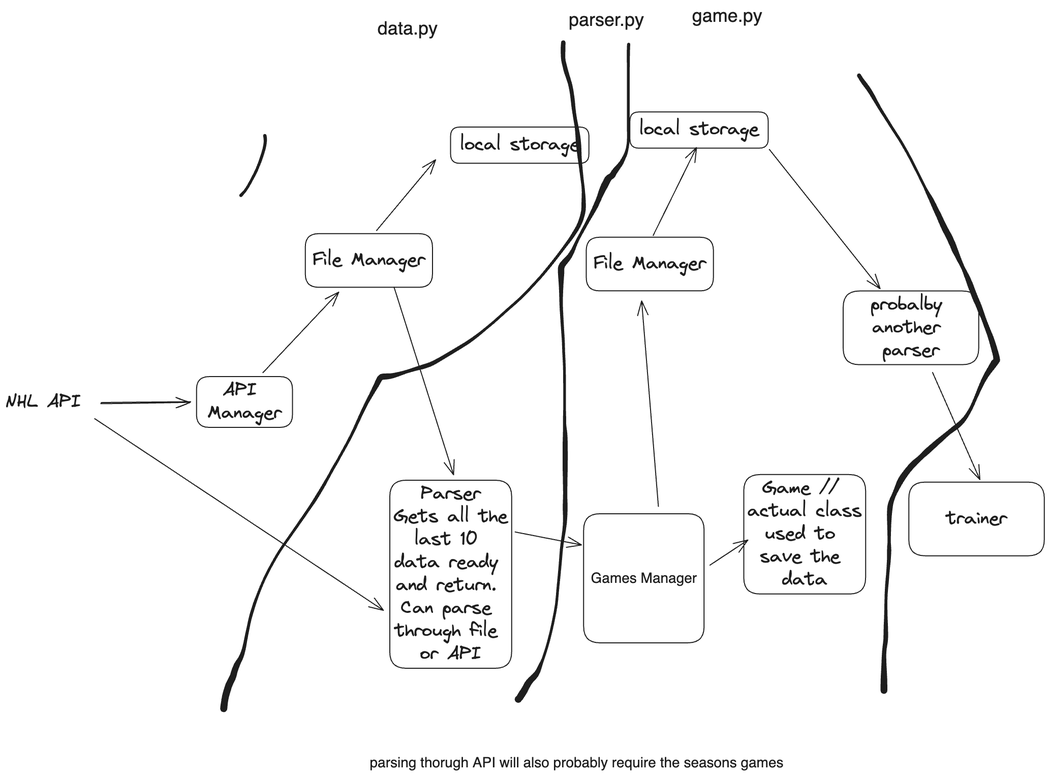
Above: whiteboard.excalidraw.png in boonboonsiri/ML (Excalidraw), before the change. Source tidied: one line per element, renumbered; positions are measured from the earlier drawing's top-left corner, leaving out a move shared by most shapes. Source of this version:
```json
{"id": 0, "type": "text", "text": "NHL API", "strokeColor": "#1e1e1e", "strokeWidth": 2, "roughness": 1, "fontSize": 36, "fontFamily": 1, "x": 0, "y": 759, "width": 150, "height": 45}
{"id": 1, "type": "arrow", "strokeColor": "#1e1e1e", "strokeWidth": 2, "roughness": 1, "endArrowhead": "arrow", "round": true, "to": 2, "x": 188, "y": 783, "width": 176, "height": 2, "points": [[0, 0], [176, -2]]}
{"id": 2, "type": "rectangle", "strokeColor": "#1e1e1e", "strokeWidth": 2, "roughness": 0, "round": true, "x": 377, "y": 731, "width": 189, "height": 100}
{"id": 3, "type": "text", "text": "API \nManager", "strokeColor": "#1e1e1e", "strokeWidth": 2, "roughness": 1, "fontSize": 36, "fontFamily": 1, "textAlign": "center", "verticalAlign": "middle", "inside": 2, "x": 398, "y": 736, "width": 146, "height": 90}
{"id": 4, "type": "rectangle", "strokeColor": "#1e1e1e", "strokeWidth": 2, "roughness": 0, "round": true, "x": 591, "y": 450, "width": 250, "height": 106}
{"id": 5, "type": "text", "text": "File Manager", "strokeColor": "#1e1e1e", "strokeWidth": 2, "roughness": 1, "fontSize": 36, "fontFamily": 1, "textAlign": "center", "verticalAlign": "middle", "inside": 4, "x": 605, "y": 480, "width": 221, "height": 45}
{"id": 6, "type": "arrow", "strokeColor": "#1e1e1e", "strokeWidth": 2, "roughness": 0, "endArrowhead": "arrow", "round": true, "from": 2, "to": 4, "x": 507, "y": 723, "width": 149, "height": 159, "points": [[0, 0], [149, -159]]}
{"id": 7, "type": "rectangle", "strokeColor": "#1e1e1e", "strokeWidth": 2, "roughness": 0, "round": true, "x": 757, "y": 935, "width": 240, "height": 370}
{"id": 8, "type": "text", "text": "Parser\nGets all the\nlast 10 \ndata ready \nand return. \nCan parse \nthrough file \nor API", "strokeColor": "#1e1e1e", "strokeWidth": 2, "roughness": 0, "fontSize": 36, "fontFamily": 1, "textAlign": "center", "verticalAlign": "middle", "inside": 7, "x": 764, "y": 940, "width": 225, "height": 360}
{"id": 9, "type": "arrow", "strokeColor": "#1e1e1e", "strokeWidth": 2, "roughness": 0, "endArrowhead": "arrow", "round": true, "to": 7, "x": 176, "y": 814, "width": 568, "height": 377, "points": [[0, 0], [568, 377]]}
{"id": 10, "type": "arrow", "strokeColor": "#1e1e1e", "strokeWidth": 2, "roughness": 0, "endArrowhead": "arrow", "round": true, "from": 4, "x": 731, "y": 444, "width": 116, "height": 139, "points": [[0, 0], [116, -139]]}
{"id": 11, "type": "rectangle", "strokeColor": "#1e1e1e", "strokeWidth": 2, "roughness": 0, "round": true, "x": 877, "y": 240, "width": 272, "height": 71}
{"id": 12, "type": "text", "text": "local storage", "strokeColor": "#1e1e1e", "strokeWidth": 2, "roughness": 0, "fontSize": 36, "fontFamily": 1, "textAlign": "center", "verticalAlign": "middle", "inside": 11, "x": 895, "y": 253, "width": 236, "height": 45}
{"id": 13, "type": "arrow", "strokeColor": "#1e1e1e", "strokeWidth": 2, "roughness": 0, "endArrowhead": "arrow", "round": true, "to": 7, "x": 765, "y": 555, "width": 117, "height": 369, "points": [[0, 0], [117, 369]]}
{"id": 14, "type": "rectangle", "strokeColor": "#1e1e1e", "strokeWidth": 2, "roughness": 0, "round": true, "x": 1143, "y": 457, "width": 250, "height": 106}
{"id": 15, "type": "text", "text": "File Manager", "strokeColor": "#1e1e1e", "strokeWidth": 2, "roughness": 1, "fontSize": 36, "fontFamily": 1, "textAlign": "center", "verticalAlign": "middle", "inside": 14, "x": 1158, "y": 487, "width": 221, "height": 45}
{"id": 16, "type": "rectangle", "strokeColor": "#1e1e1e", "strokeWidth": 2, "roughness": 0, "round": true, "x": 1453, "y": 924, "width": 240, "height": 235}
{"id": 17, "type": "text", "text": "Game // \nactual class\nused to \nsave the \ndata", "strokeColor": "#1e1e1e", "strokeWidth": 2, "roughness": 0, "fontSize": 36, "fontFamily": 1, "textAlign": "center", "verticalAlign": "middle", "inside": 16, "x": 1461, "y": 929, "width": 225, "height": 225}
{"id": 18, "type": "arrow", "strokeColor": "#1e1e1e", "strokeWidth": 2, "roughness": 0, "endArrowhead": "arrow", "round": true, "from": 7, "to": 30, "x": 1004, "y": 1037, "width": 131, "height": 26, "points": [[0, 0], [131, 26]]}
{"id": 19, "type": "arrow", "strokeColor": "#1e1e1e", "strokeWidth": 2, "roughness": 0, "endArrowhead": "arrow", "round": true, "from": 30, "to": 14, "x": 1285, "y": 987, "width": 33, "height": 405, "points": [[0, 0], [-33, -405]]}
{"id": 20, "type": "arrow", "strokeColor": "#1e1e1e", "strokeWidth": 2, "roughness": 0, "endArrowhead": "arrow", "round": true, "from": 14, "x": 1275, "y": 453, "width": 85, "height": 173, "points": [[0, 0], [85, -173]]}
{"id": 21, "type": "rectangle", "strokeColor": "#1e1e1e", "strokeWidth": 2, "roughness": 0, "round": true, "x": 1229, "y": 210, "width": 272, "height": 71}
{"id": 22, "type": "text", "text": "local storage", "strokeColor": "#1e1e1e", "strokeWidth": 2, "roughness": 0, "fontSize": 36, "fontFamily": 1, "textAlign": "center", "verticalAlign": "middle", "inside": 21, "x": 1247, "y": 223, "width": 236, "height": 45}
{"id": 23, "type": "arrow", "strokeColor": "#1e1e1e", "strokeWidth": 2, "roughness": 0, "endArrowhead": "arrow", "round": true, "from": 21, "to": 24, "x": 1504, "y": 284, "width": 218, "height": 274, "points": [[0, 0], [218, 274]]}
{"id": 24, "type": "rectangle", "strokeColor": "#1e1e1e", "strokeWidth": 2, "roughness": 0, "round": true, "x": 1649, "y": 563, "width": 267, "height": 145}
{"id": 25, "type": "text", "text": "probalby \nanother \nparser", "strokeColor": "#1e1e1e", "strokeWidth": 2, "roughness": 0, "fontSize": 36, "fontFamily": 1, "textAlign": "center", "verticalAlign": "middle", "inside": 24, "x": 1703, "y": 568, "width": 158, "height": 135}
{"id": 26, "type": "rectangle", "strokeColor": "#1e1e1e", "strokeWidth": 2, "roughness": 0, "round": true, "x": 1778, "y": 939, "width": 267, "height": 145}
{"id": 27, "type": "text", "text": "trainer", "strokeColor": "#1e1e1e", "strokeWidth": 2, "roughness": 0, "fontSize": 36, "fontFamily": 1, "textAlign": "center", "verticalAlign": "middle", "inside": 26, "x": 1852, "y": 989, "width": 120, "height": 45}
{"id": 28, "type": "arrow", "strokeColor": "#1e1e1e", "strokeWidth": 2, "roughness": 0, "endArrowhead": "arrow", "round": true, "from": 24, "to": 26, "x": 1825, "y": 723, "width": 93, "height": 211, "points": [[0, 0], [93, 211]]}
{"id": 29, "type": "text", "text": "parsing thorugh API will also probably require the seasons games", "strokeColor": "#1e1e1e", "strokeWidth": 2, "roughness": 0, "fontSize": 28, "fontFamily": 2, "x": 717, "y": 1475, "width": 814, "height": 32}
{"id": 30, "type": "rectangle", "strokeColor": "#1e1e1e", "strokeWidth": 2, "roughness": 0, "round": true, "x": 1138, "y": 1001, "width": 237, "height": 254}
{"id": 31, "type": "text", "text": "Games Manager", "strokeColor": "#1e1e1e", "strokeWidth": 2, "roughness": 0, "fontSize": 28, "fontFamily": 2, "textAlign": "center", "verticalAlign": "middle", "inside": 30, "x": 1153, "y": 1112, "width": 209, "height": 32}
{"id": 32, "type": "arrow", "strokeColor": "#1e1e1e", "strokeWidth": 2, "roughness": 0, "endArrowhead": "arrow", "round": true, "from": 30, "x": 1387, "y": 1102, "width": 75, "height": 50, "points": [[0, 0], [75, -50]]}
{"id": 33, "type": "freedraw", "strokeColor": "#1e1e1e", "strokeWidth": 2, "roughness": 0, "x": 1098, "y": 74, "width": 708, "height": 1311, "points": [[0, 0], [5, 55], [20, 124], [29, 186], [37, 266], [40, 331], [6, 397], [-50, 467], [-116, 532], [-182, 586], [-243, 623], [-314, 649], [-345, 657], [-369, 676], [-432, 802], [-475, 877], [-522, 948], [-582, 1042], [-612, 1120], [-629, 1195], [-641, 1222], [-649, 1245], [-656, 1259], [-665, 1285], [-668, 1307]]}
{"id": 34, "type": "freedraw", "strokeColor": "#1e1e1e", "strokeWidth": 2, "roughness": 0, "x": 1680, "y": 139, "width": 271, "height": 1211, "points": [[0, 0], [32, 49], [105, 171], [142, 244], [161, 284], [177, 316], [199, 368], [218, 409], [235, 452], [256, 506], [267, 542], [271, 561], [260, 576], [216, 663], [178, 701], [145, 730], [111, 760], [91, 783], [66, 831], [59, 895], [57, 976], [53, 1056], [52, 1117], [49, 1168], [49, 1187], [49, 1211]]}
{"id": 35, "type": "text", "text": "data.py", "strokeColor": "#1e1e1e", "strokeWidth": 2, "roughness": 0, "fontSize": 36, "fontFamily": 2, "x": 733, "y": 25, "width": 118, "height": 41}
{"id": 36, "type": "text", "text": "parser.py", "strokeColor": "#1e1e1e", "strokeWidth": 2, "roughness": 0, "fontSize": 36, "fontFamily": 2, "x": 1109, "y": 8, "width": 148, "height": 41}
{"id": 37, "type": "freedraw", "strokeColor": "#1e1e1e", "strokeWidth": 2, "roughness": 0, "x": 1227, "y": 77, "width": 217, "height": 1290, "points": [[0, 0], [-1, 79], [-1, 188], [-18, 238], [-30, 255], [-35, 260], [-41, 265], [-49, 281], [-77, 342], [-109, 404], [-125, 427], [-132, 437], [-133, 496], [-126, 647], [-126, 743], [-125, 790], [-125, 841], [-125, 901], [-130, 977], [-139, 1066], [-162, 1192], [-180, 1236], [-191, 1249], [-202, 1265], [-208, 1276], [-216, 1290]]}
{"id": 38, "type": "text", "text": "game.py", "strokeColor": "#1e1e1e", "strokeWidth": 2, "roughness": 0, "fontSize": 36, "fontFamily": 2, "x": 1352, "y": 0, "width": 138, "height": 41}
{"id": 39, "type": "freedraw", "strokeColor": "#1e1e1e", "strokeWidth": 2, "roughness": 1, "x": 511, "y": 257, "width": 52, "height": 124, "points": [[0, 0], [2, -4], [4, -5], [3, 16], [-3, 36], [-11, 56], [-17, 72], [-25, 86], [-39, 110], [-41, 113], [-45, 116], [-48, 119], [-48, 119]]}
```
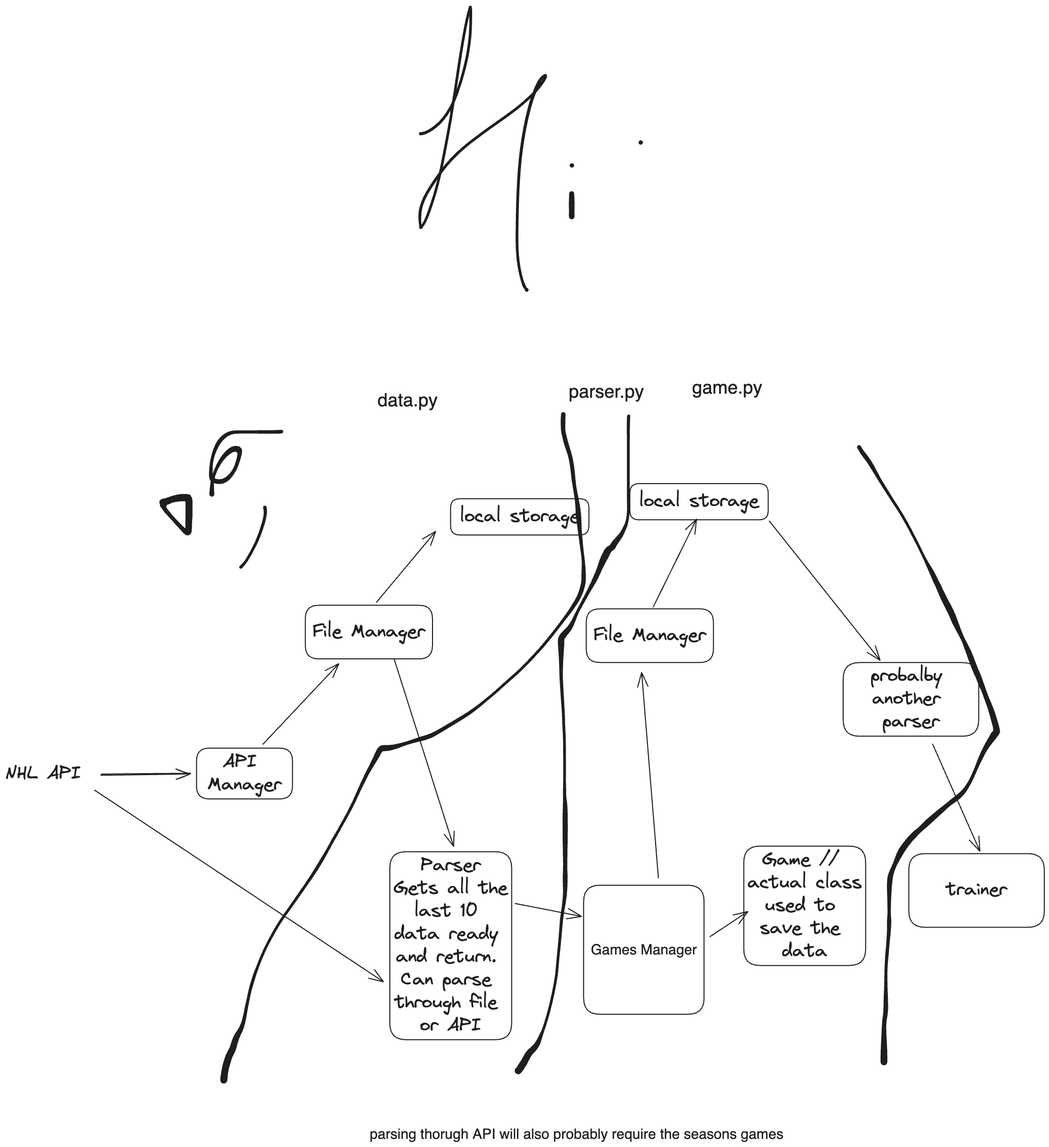
After the commit.

The edit, as a diff of the source:
```diff
@@ -38,3 +38,9 @@
 {"id": 37, "type": "freedraw", "strokeColor": "#1e1e1e", "strokeWidth": 2, "roughness": 0, "x": 1227, "y": 77, "width": 217, "height": 1290, "points": [[0, 0], [-1, 79], [-1, 188], [-18, 238], [-30, 255], [-35, 260], [-41, 265], [-49, 281], [-77, 342], [-109, 404], [-125, 427], [-132, 437], [-133, 496], [-126, 647], [-126, 743], [-125, 790], [-125, 841], [-125, 901], [-130, 977], [-139, 1066], [-162, 1192], [-180, 1236], [-191, 1249], [-202, 1265], [-208, 1276], [-216, 1290]]}
 {"id": 38, "type": "text", "text": "game.py", "strokeColor": "#1e1e1e", "strokeWidth": 2, "roughness": 0, "fontSize": 36, "fontFamily": 2, "x": 1352, "y": 0, "width": 138, "height": 41}
 {"id": 39, "type": "freedraw", "strokeColor": "#1e1e1e", "strokeWidth": 2, "roughness": 1, "x": 511, "y": 257, "width": 52, "height": 124, "points": [[0, 0], [2, -4], [4, -5], [3, 16], [-3, 36], [-11, 56], [-17, 72], [-25, 86], [-39, 110], [-41, 113], [-45, 116], [-48, 119], [-48, 119]]}
+{"id": 40, "type": "freedraw", "strokeColor": "#1e1e1e", "strokeWidth": 2, "roughness": 1, "x": 544, "y": 108, "width": 139, "height": 123, "points": [[0, 0], [-2, 1], [-24, 1], [-46, 1], [-70, 1], [-93, 1], [-111, 7], [-125, 22], [-134, 45], [-139, 70], [-139, 88], [-132, 98], [-114, 98], [-95, 81], [-86, 60], [-82, 43], [-83, 33], [-95, 33], [-112, 47], [-127, 70], [-136, 94], [-137, 111], [-137, 120], [-137, 123]]}
+{"id": 41, "type": "freedraw", "strokeColor": "#1e1e1e", "strokeWidth": 2, "roughness": 1, "x": 312, "y": 256, "width": 52, "height": 70, "points": [[0, 0], [1, 4], [24, 28], [38, 44], [45, 49], [47, 51], [49, 51], [50, 47], [50, 40], [50, 30], [50, 21], [50, 12], [50, -1], [50, -9], [50, -13], [50, -14], [50, -16], [49, -18], [38, -18], [23, -17], [10, -12], [6, -10], [4, -10], [2, -10], [0, -10], [-1, -9]]}
+{"id": 42, "type": "freedraw", "strokeColor": "#1e1e1e", "strokeWidth": 2, "roughness": 1, "x": 817, "y": -478, "width": 250, "height": 561, "points": [[0, 0], [3, 1], [32, -14], [74, -77], [99, -194], [99, -227], [97, -253], [74, -130], [47, 39], [27, 127], [9, 174], [-2, 186], [1, 131], [78, 29], [156, -26], [208, -65], [237, -95], [247, -113], [243, -116], [212, -50], [192, 81], [190, 200], [194, 268], [202, 297], [207, 307], [209, 307]]}
+{"id": 43, "type": "freedraw", "strokeColor": "#1e1e1e", "strokeWidth": 2, "roughness": 1, "x": 1115, "y": -360, "width": 0, "height": 46, "points": [[0, 0], [0, 0], [0, 1], [0, 2], [0, 6], [0, 9], [0, 11], [0, 15], [0, 18], [0, 22], [0, 28], [0, 34], [0, 40], [0, 43], [0, 46], [0, 46]]}
+{"id": 44, "type": "freedraw", "strokeColor": "#1e1e1e", "strokeWidth": 2, "roughness": 1, "x": 1115, "y": -416, "width": 0, "height": 2, "points": [[0, 0], [0, -2], [0, 0]]}
+{"id": 45, "type": "freedraw", "strokeColor": "#1e1e1e", "strokeWidth": 2, "roughness": 1, "x": 1251, "y": -461, "width": 0, "height": 0, "points": [[0, 0], [0, 0], [0, 0]]}
```
